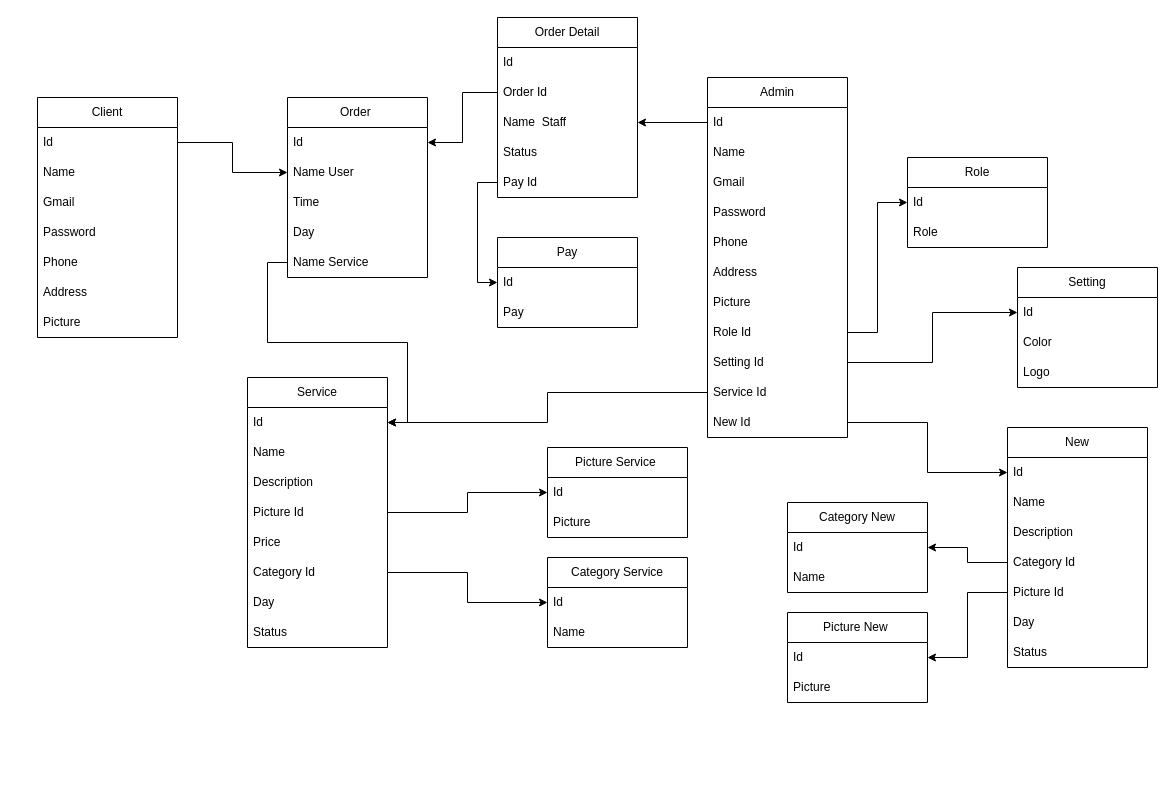
This is Biểu đồ không có tiêu đề.drawio from hai061898/diagrams, a draw.io file, before an edit. Source tidied: cells renumbered, new cells numbered last; positions are measured from the earlier drawing's top-left corner, leaving out a move shared by most shapes. Both pictures are drawn from the tidied source at 100%, with x=0, y=0 at pixel (37, 17).
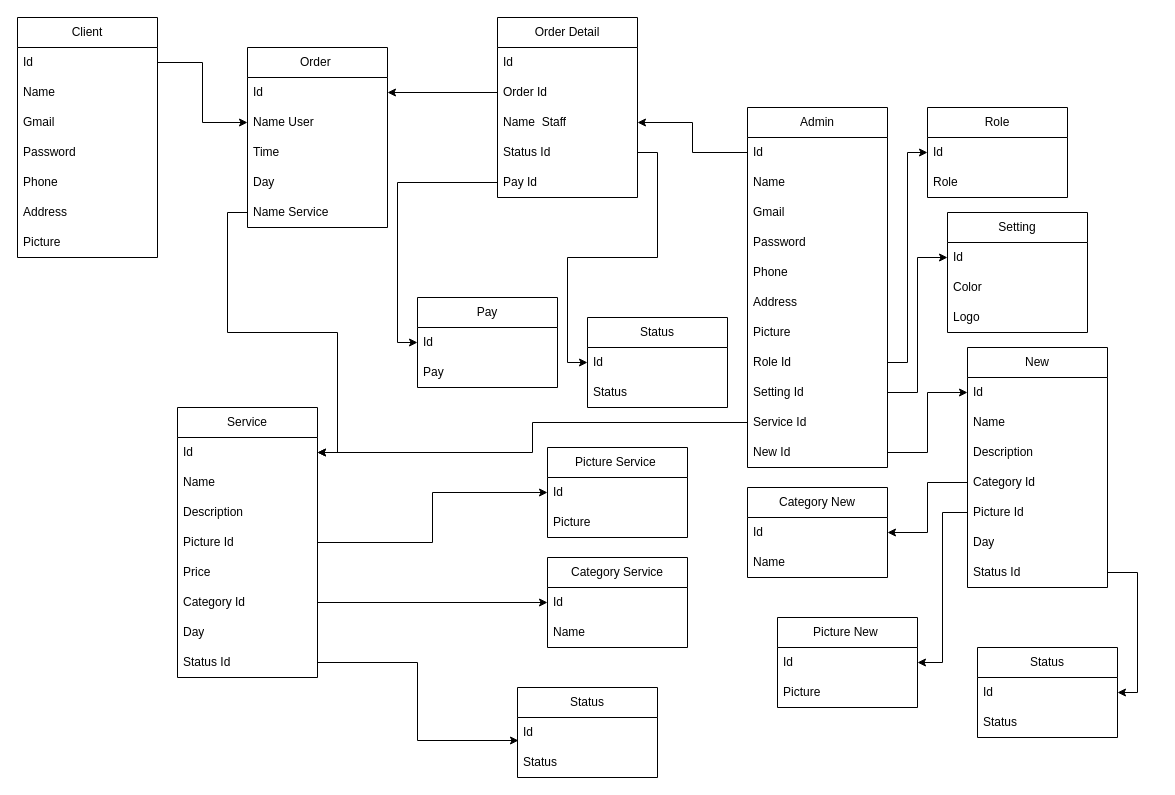
The same page after the edit.

Commit message:
Cập nhật Biểu đồ không có tiêu đề.drawio

Unchanged cells that the change refers to:
```xml
<mxCell id="64" value="Order Detail" style="swimlane;fontStyle=0;horizontal=1;startSize=30;whiteSpace=wrap;html=1;" parent="1" vertex="1">
  <mxGeometry x="460" width="140" height="180" as="geometry" />
</mxCell>
```

Diff of the diagram source:
```diff
@@
     <mxCell id="2" value="Client" style="swimlane;fontStyle=0;horizontal=1;startSize=30;whiteSpace=wrap;html=1;" parent="1" vertex="1">
-      <mxGeometry y="80" width="140" height="240" as="geometry" />
+      <mxGeometry x="-20" width="140" height="240" as="geometry" />
     </mxCell>
@@
     <mxCell id="16" value="Service" style="swimlane;fontStyle=0;horizontal=1;startSize=30;whiteSpace=wrap;html=1;" parent="1" vertex="1">
-      <mxGeometry x="210" y="360" width="140" height="270" as="geometry" />
+      <mxGeometry x="140" y="390" width="140" height="270" as="geometry" />
     </mxCell>
@@
-    <mxCell id="24" value="Status" style="text;strokeColor=none;fillColor=none;align=left;verticalAlign=middle;spacingLeft=4;spacingRight=4;overflow=hidden;points=[[0,0.5],[1,0.5]];portConstraint=eastwest;whiteSpace=wrap;html=1;" parent="16" vertex="1">
+    <mxCell id="24" value="Status Id" style="text;strokeColor=none;fillColor=none;align=left;verticalAlign=middle;spacingLeft=4;spacingRight=4;overflow=hidden;points=[[0,0.5],[1,0.5]];portConstraint=eastwest;whiteSpace=wrap;html=1;" parent="16" vertex="1">
       <mxGeometry y="240" width="140" height="30" as="geometry" />
     </mxCell>
     <mxCell id="25" value="Role" style="swimlane;fontStyle=0;horizontal=1;startSize=30;whiteSpace=wrap;html=1;" parent="1" vertex="1">
-      <mxGeometry x="870" y="140" width="140" height="90" as="geometry" />
+      <mxGeometry x="890" y="90" width="140" height="90" as="geometry" />
     </mxCell>
@@
     <mxCell id="28" value="Admin" style="swimlane;fontStyle=0;horizontal=1;startSize=30;whiteSpace=wrap;html=1;" parent="1" vertex="1">
-      <mxGeometry x="670" y="60" width="140" height="360" as="geometry" />
+      <mxGeometry x="710" y="90" width="140" height="360" as="geometry" />
     </mxCell>
@@
     <mxCell id="40" value="Picture New&amp;nbsp;" style="swimlane;fontStyle=0;horizontal=1;startSize=30;whiteSpace=wrap;html=1;" parent="1" vertex="1">
-      <mxGeometry x="750" y="595" width="140" height="90" as="geometry" />
+      <mxGeometry x="740" y="600" width="140" height="90" as="geometry" />
     </mxCell>
@@
     <mxCell id="43" value="Category New" style="swimlane;fontStyle=0;horizontal=1;startSize=30;whiteSpace=wrap;html=1;" parent="1" vertex="1">
-      <mxGeometry x="750" y="485" width="140" height="90" as="geometry" />
+      <mxGeometry x="710" y="470" width="140" height="90" as="geometry" />
     </mxCell>
@@
     <mxCell id="46" value="New" style="swimlane;fontStyle=0;horizontal=1;startSize=30;whiteSpace=wrap;html=1;" parent="1" vertex="1">
-      <mxGeometry x="970" y="410" width="140" height="240" as="geometry" />
+      <mxGeometry x="930" y="330" width="140" height="240" as="geometry" />
     </mxCell>
@@
-    <mxCell id="53" value="Status" style="text;strokeColor=none;fillColor=none;align=left;verticalAlign=middle;spacingLeft=4;spacingRight=4;overflow=hidden;points=[[0,0.5],[1,0.5]];portConstraint=eastwest;whiteSpace=wrap;html=1;" parent="46" vertex="1">
+    <mxCell id="53" value="Status Id" style="text;strokeColor=none;fillColor=none;align=left;verticalAlign=middle;spacingLeft=4;spacingRight=4;overflow=hidden;points=[[0,0.5],[1,0.5]];portConstraint=eastwest;whiteSpace=wrap;html=1;" parent="46" vertex="1">
       <mxGeometry y="210" width="140" height="30" as="geometry" />
     </mxCell>
     <mxCell id="54" value="Setting" style="swimlane;fontStyle=0;horizontal=1;startSize=30;whiteSpace=wrap;html=1;" parent="1" vertex="1">
-      <mxGeometry x="980" y="250" width="140" height="120" as="geometry" />
+      <mxGeometry x="910" y="195" width="140" height="120" as="geometry" />
     </mxCell>
@@
     <mxCell id="58" value="Order&amp;nbsp;" style="swimlane;fontStyle=0;horizontal=1;startSize=30;whiteSpace=wrap;html=1;" parent="1" vertex="1">
-      <mxGeometry x="250" y="80" width="140" height="180" as="geometry" />
+      <mxGeometry x="210" y="30" width="140" height="180" as="geometry" />
     </mxCell>
@@
-    <mxCell id="68" value="Status" style="text;strokeColor=none;fillColor=none;align=left;verticalAlign=middle;spacingLeft=4;spacingRight=4;overflow=hidden;points=[[0,0.5],[1,0.5]];portConstraint=eastwest;whiteSpace=wrap;html=1;" parent="64" vertex="1">
+    <mxCell id="68" value="Status Id" style="text;strokeColor=none;fillColor=none;align=left;verticalAlign=middle;spacingLeft=4;spacingRight=4;overflow=hidden;points=[[0,0.5],[1,0.5]];portConstraint=eastwest;whiteSpace=wrap;html=1;" parent="64" vertex="1">
       <mxGeometry y="120" width="140" height="30" as="geometry" />
     </mxCell>
@@
     <mxCell id="82" value="Pay" style="swimlane;fontStyle=0;horizontal=1;startSize=30;whiteSpace=wrap;html=1;" parent="1" vertex="1">
-      <mxGeometry x="460" y="220" width="140" height="90" as="geometry" />
+      <mxGeometry x="380" y="280" width="140" height="90" as="geometry" />
     </mxCell>
@@
+    <mxCell id="86" value="Status" style="swimlane;fontStyle=0;horizontal=1;startSize=30;whiteSpace=wrap;html=1;" parent="1" vertex="1">
+      <mxGeometry x="550" y="300" width="140" height="90" as="geometry" />
+    </mxCell>
+    <mxCell id="87" value="Id" style="text;strokeColor=none;fillColor=none;align=left;verticalAlign=middle;spacingLeft=4;spacingRight=4;overflow=hidden;points=[[0,0.5],[1,0.5]];portConstraint=eastwest;whiteSpace=wrap;html=1;" parent="86" vertex="1">
+      <mxGeometry y="30" width="140" height="30" as="geometry" />
+    </mxCell>
+    <mxCell id="88" value="Status" style="text;strokeColor=none;fillColor=none;align=left;verticalAlign=middle;spacingLeft=4;spacingRight=4;overflow=hidden;whiteSpace=wrap;html=1;" parent="86" vertex="1">
+      <mxGeometry y="60" width="140" height="30" as="geometry" />
+    </mxCell>
+    <mxCell id="89" value="Status" style="swimlane;fontStyle=0;horizontal=1;startSize=30;whiteSpace=wrap;html=1;" parent="1" vertex="1">
+      <mxGeometry x="940" y="630" width="140" height="90" as="geometry" />
+    </mxCell>
+    <mxCell id="90" value="Id" style="text;strokeColor=none;fillColor=none;align=left;verticalAlign=middle;spacingLeft=4;spacingRight=4;overflow=hidden;points=[[0,0.5],[1,0.5]];portConstraint=eastwest;whiteSpace=wrap;html=1;" parent="89" vertex="1">
+      <mxGeometry y="30" width="140" height="30" as="geometry" />
+    </mxCell>
+    <mxCell id="91" value="Status" style="text;strokeColor=none;fillColor=none;align=left;verticalAlign=middle;spacingLeft=4;spacingRight=4;overflow=hidden;whiteSpace=wrap;html=1;" parent="89" vertex="1">
+      <mxGeometry y="60" width="140" height="30" as="geometry" />
+    </mxCell>
+    <mxCell id="92" value="Status" style="swimlane;fontStyle=0;horizontal=1;startSize=30;whiteSpace=wrap;html=1;" parent="1" vertex="1">
+      <mxGeometry x="480" y="670" width="140" height="90" as="geometry" />
+    </mxCell>
+    <mxCell id="93" value="Id" style="text;strokeColor=none;fillColor=none;align=left;verticalAlign=middle;spacingLeft=4;spacingRight=4;overflow=hidden;points=[[0,0.5],[1,0.5]];portConstraint=eastwest;whiteSpace=wrap;html=1;" parent="92" vertex="1">
+      <mxGeometry y="30" width="140" height="30" as="geometry" />
+    </mxCell>
+    <mxCell id="94" value="Status" style="text;strokeColor=none;fillColor=none;align=left;verticalAlign=middle;spacingLeft=4;spacingRight=4;overflow=hidden;whiteSpace=wrap;html=1;" parent="92" vertex="1">
+      <mxGeometry y="60" width="140" height="30" as="geometry" />
+    </mxCell>
+    <mxCell id="95" style="edgeStyle=orthogonalEdgeStyle;rounded=0;jettySize=auto;html=1;entryX=0.007;entryY=0.767;entryDx=0;entryDy=0;entryPerimeter=0;" parent="1" edge="1" source="24" target="93">
+      <mxGeometry relative="1" as="geometry" />
+    </mxCell>
+    <mxCell id="96" style="edgeStyle=orthogonalEdgeStyle;rounded=0;jettySize=auto;html=1;entryX=0;entryY=0.5;entryDx=0;entryDy=0;" parent="1" edge="1" source="68" target="87">
+      <mxGeometry relative="1" as="geometry" />
+    </mxCell>
+    <mxCell id="97" style="edgeStyle=orthogonalEdgeStyle;rounded=0;jettySize=auto;html=1;entryX=1;entryY=0.5;entryDx=0;entryDy=0;" parent="1" edge="1" source="53" target="90">
+      <mxGeometry relative="1" as="geometry" />
+    </mxCell>
```
